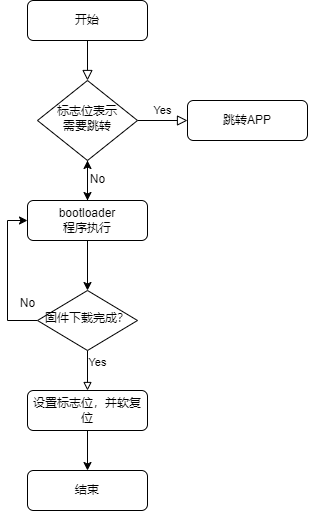
The draw.io diagram docs/images/updata.png in Aladdin-Wang/MicroBoot, before a commit. Source tidied: cells renumbered, new cells last; positions are measured from the earlier drawing's top-left corner, leaving out a move shared by most shapes.
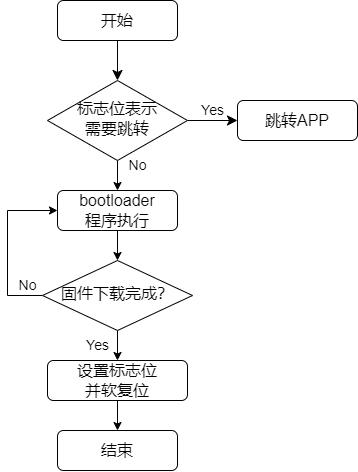
After the change.

Change to the diagram source:
```diff
@@ -2,61 +2,58 @@
   <root>
     <mxCell id="0" />
     <mxCell id="1" parent="0" />
-    <mxCell id="2" style="rounded=0;html=1;jettySize=auto;fontSize=11;endArrow=block;endFill=0;endSize=8;strokeWidth=1;shadow=0;labelBackgroundColor=none;edgeStyle=orthogonalEdgeStyle;" parent="1" edge="1" source="3" target="6">
+    <mxCell id="2" style="rounded=0;html=1;jettySize=auto;fontSize=11;endArrow=classic;endFill=1;endSize=8;strokeWidth=1;shadow=0;labelBackgroundColor=none;edgeStyle=orthogonalEdgeStyle;" parent="1" edge="1" source="3" target="6">
       <mxGeometry relative="1" as="geometry" />
     </mxCell>
-    <mxCell id="3" value="开始" style="rounded=1;whiteSpace=wrap;html=1;fontSize=12;glass=0;strokeWidth=1;shadow=0;" parent="1" vertex="1">
-      <mxGeometry x="20" width="120" height="40" as="geometry" />
+    <mxCell id="3" value="&lt;font style=&quot;font-size: 16px;&quot;&gt;开始&lt;/font&gt;" style="rounded=1;whiteSpace=wrap;html=1;fontSize=12;glass=0;strokeWidth=1;shadow=0;" parent="1" vertex="1">
+      <mxGeometry x="20" y="10" width="120" height="40" as="geometry" />
     </mxCell>
-    <mxCell id="4" value="Yes" style="edgeStyle=orthogonalEdgeStyle;rounded=0;html=1;jettySize=auto;fontSize=11;endArrow=block;endFill=0;endSize=8;strokeWidth=1;shadow=0;labelBackgroundColor=none;" parent="1" edge="1" source="6" target="7">
+    <mxCell id="4" value="&lt;font style=&quot;font-size: 14px;&quot;&gt;Yes&lt;/font&gt;" style="edgeStyle=orthogonalEdgeStyle;rounded=0;html=1;jettySize=auto;fontSize=11;endArrow=classic;endFill=1;endSize=8;strokeWidth=1;shadow=0;labelBackgroundColor=none;" parent="1" edge="1" source="6" target="7">
       <mxGeometry x="-0.01" y="10" relative="1" as="geometry" />
     </mxCell>
     <mxCell id="5" style="edgeStyle=orthogonalEdgeStyle;rounded=0;jettySize=auto;html=1;" parent="1" edge="1" source="6" target="16">
       <mxGeometry relative="1" as="geometry" />
     </mxCell>
-    <mxCell id="6" value="标志位表示&lt;div&gt;需要跳转&lt;/div&gt;" style="rhombus;whiteSpace=wrap;html=1;shadow=0;fontFamily=Helvetica;fontSize=12;align=center;strokeWidth=1;spacing=6;spacingTop=-4;" parent="1" vertex="1">
-      <mxGeometry x="30" y="80" width="100" height="80" as="geometry" />
+    <mxCell id="6" value="&lt;font style=&quot;font-size: 16px;&quot;&gt;标志位表示&lt;/font&gt;&lt;div style=&quot;font-size: 16px;&quot;&gt;&lt;font style=&quot;font-size: 16px;&quot;&gt;需要跳转&lt;/font&gt;&lt;/div&gt;" style="rhombus;whiteSpace=wrap;html=1;shadow=0;fontFamily=Helvetica;fontSize=12;align=center;strokeWidth=1;spacing=6;spacingTop=-4;" parent="1" vertex="1">
+      <mxGeometry x="10" y="90" width="140" height="80" as="geometry" />
     </mxCell>
-    <mxCell id="7" value="跳转APP" style="rounded=1;whiteSpace=wrap;html=1;fontSize=12;glass=0;strokeWidth=1;shadow=0;" parent="1" vertex="1">
-      <mxGeometry x="180" y="100" width="120" height="40" as="geometry" />
+    <mxCell id="7" value="&lt;font style=&quot;font-size: 16px;&quot;&gt;跳转APP&lt;/font&gt;" style="rounded=1;whiteSpace=wrap;html=1;fontSize=12;glass=0;strokeWidth=1;shadow=0;" parent="1" vertex="1">
+      <mxGeometry x="200" y="110" width="120" height="40" as="geometry" />
     </mxCell>
-    <mxCell id="8" value="Yes" style="rounded=0;html=1;jettySize=auto;fontSize=11;endArrow=block;endFill=0;strokeWidth=1;shadow=0;labelBackgroundColor=none;edgeStyle=orthogonalEdgeStyle;" parent="1" edge="1" source="10" target="12">
-      <mxGeometry x="-0.43" y="10" relative="1" as="geometry" />
+    <mxCell id="8" value="&lt;font style=&quot;font-size: 14px;&quot;&gt;Yes&lt;/font&gt;" style="rounded=0;html=1;jettySize=auto;fontSize=11;endArrow=classic;endFill=1;strokeWidth=1;shadow=0;labelBackgroundColor=none;edgeStyle=orthogonalEdgeStyle;" parent="1" edge="1" source="10" target="12">
+      <mxGeometry y="20" relative="1" as="geometry" />
     </mxCell>
-    <mxCell id="9" style="edgeStyle=orthogonalEdgeStyle;rounded=0;jettySize=auto;html=1;entryX=0;entryY=0.5;entryDx=0;entryDy=0;" parent="1" edge="1" source="10" target="16">
+    <mxCell id="9" style="edgeStyle=orthogonalEdgeStyle;rounded=0;jettySize=auto;html=1;entryX=0;entryY=0.5;entryDx=0;entryDy=0;exitX=0;exitY=0.5;exitDx=0;exitDy=0;" parent="1" edge="1" source="10" target="16">
       <mxGeometry relative="1" as="geometry">
         <Array as="points">
-          <mxPoint y="320" />
-          <mxPoint y="220" />
+          <mxPoint x="-30" y="305" />
+          <mxPoint x="-30" y="220" />
         </Array>
       </mxGeometry>
     </mxCell>
-    <mxCell id="10" value="固件下载完成？" style="rhombus;whiteSpace=wrap;html=1;shadow=0;fontFamily=Helvetica;fontSize=12;align=center;strokeWidth=1;spacing=6;spacingTop=-4;" parent="1" vertex="1">
-      <mxGeometry x="30" y="290" width="100" height="60" as="geometry" />
+    <mxCell id="10" value="&lt;font style=&quot;font-size: 16px;&quot;&gt;固件下载完成？&lt;/font&gt;" style="rhombus;whiteSpace=wrap;html=1;shadow=0;fontFamily=Helvetica;fontSize=12;align=center;strokeWidth=1;spacing=6;spacingTop=-4;" parent="1" vertex="1">
+      <mxGeometry x="5" y="270" width="150" height="70" as="geometry" />
     </mxCell>
     <mxCell id="11" style="edgeStyle=orthogonalEdgeStyle;rounded=0;jettySize=auto;html=1;" parent="1" edge="1" source="12" target="13">
       <mxGeometry relative="1" as="geometry" />
     </mxCell>
-    <mxCell id="12" value="设置标志位，并软复位" style="rounded=1;whiteSpace=wrap;html=1;fontSize=12;glass=0;strokeWidth=1;shadow=0;" parent="1" vertex="1">
-      <mxGeometry x="20" y="390" width="120" height="40" as="geometry" />
+    <mxCell id="12" value="&lt;font style=&quot;font-size: 16px;&quot;&gt;设置标志位&lt;/font&gt;&lt;div&gt;&lt;span style=&quot;font-size: 16px; background-color: initial;&quot;&gt;并软复位&lt;/span&gt;&lt;/div&gt;" style="rounded=1;whiteSpace=wrap;html=1;fontSize=12;glass=0;strokeWidth=1;shadow=0;" parent="1" vertex="1">
+      <mxGeometry x="10" y="370" width="140" height="40" as="geometry" />
     </mxCell>
-    <mxCell id="13" value="结束" style="rounded=1;whiteSpace=wrap;html=1;fontSize=12;glass=0;strokeWidth=1;shadow=0;" parent="1" vertex="1">
-      <mxGeometry x="20" y="470" width="120" height="40" as="geometry" />
+    <mxCell id="13" value="&lt;font style=&quot;font-size: 16px;&quot;&gt;结束&lt;/font&gt;" style="rounded=1;whiteSpace=wrap;html=1;fontSize=12;glass=0;strokeWidth=1;shadow=0;" parent="1" vertex="1">
+      <mxGeometry x="20" y="440" width="120" height="40" as="geometry" />
     </mxCell>
     <mxCell id="14" style="edgeStyle=orthogonalEdgeStyle;rounded=0;jettySize=auto;html=1;" parent="1" edge="1" source="16" target="10">
       <mxGeometry relative="1" as="geometry" />
     </mxCell>
-    <mxCell id="15" style="edgeStyle=orthogonalEdgeStyle;rounded=0;jettySize=auto;html=1;" parent="1" edge="1" source="16" target="6">
-      <mxGeometry relative="1" as="geometry" />
-    </mxCell>
-    <mxCell id="16" value="bootloader&lt;div&gt;程序执行&lt;/div&gt;" style="rounded=1;whiteSpace=wrap;html=1;" parent="1" vertex="1">
+    <mxCell id="16" value="&lt;font style=&quot;font-size: 16px;&quot;&gt;bootloader&lt;/font&gt;&lt;div style=&quot;font-size: 16px;&quot;&gt;&lt;font style=&quot;font-size: 16px;&quot;&gt;程序执行&lt;/font&gt;&lt;/div&gt;" style="rounded=1;whiteSpace=wrap;html=1;" parent="1" vertex="1">
       <mxGeometry x="20" y="200" width="120" height="40" as="geometry" />
     </mxCell>
-    <mxCell id="17" value="No" style="text;html=1;align=center;verticalAlign=middle;strokeColor=none;fillColor=none;" parent="1" vertex="1">
-      <mxGeometry y="288" width="40" height="30" as="geometry" />
+    <mxCell id="17" value="&lt;font style=&quot;font-size: 14px;&quot;&gt;No&lt;/font&gt;" style="text;html=1;align=center;verticalAlign=middle;strokeColor=none;fillColor=none;" parent="1" vertex="1">
+      <mxGeometry x="-30" y="280" width="40" height="30" as="geometry" />
     </mxCell>
-    <mxCell id="18" value="No" style="text;html=1;align=center;verticalAlign=middle;strokeColor=none;fillColor=none;" parent="1" vertex="1">
-      <mxGeometry x="70" y="164" width="40" height="30" as="geometry" />
+    <mxCell id="18" value="&lt;font style=&quot;font-size: 14px;&quot;&gt;No&lt;/font&gt;" style="text;html=1;align=center;verticalAlign=middle;strokeColor=none;fillColor=none;" parent="1" vertex="1">
+      <mxGeometry x="80" y="160" width="40" height="30" as="geometry" />
     </mxCell>
   </root>
 </mxGraphModel>
```
